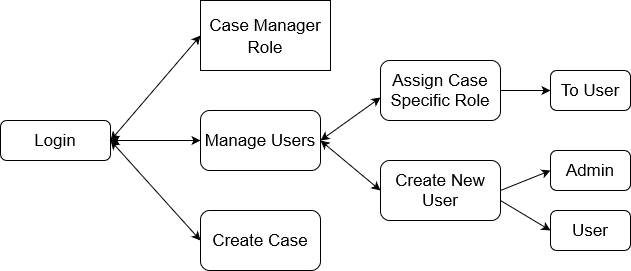
This is Platform_roles_diagrams/AdminPlatformRole.drawio.png from prusovak2/SwProjectDiagrams, a draw.io export, as it was before one commit. Source tidied: cells renumbered, new cells last; positions are measured from the earlier drawing's top-left corner, leaving out a move shared by most shapes.
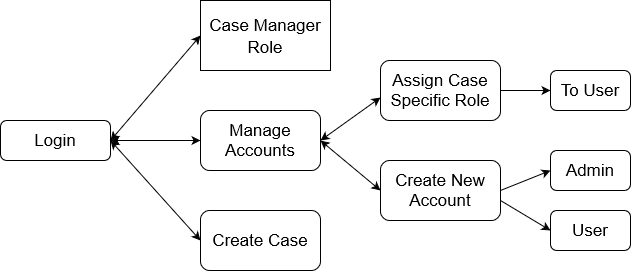
Later version of the same file.

Change to the diagram source:
```diff
@@ -14,7 +14,7 @@
     <mxCell id="5" value="&lt;font style=&quot;font-size: 17px&quot;&gt;Case Manager Role&lt;/font&gt;" style="rounded=0;whiteSpace=wrap;html=1;fontSize=19;" parent="4" vertex="1">
       <mxGeometry width="130" height="70" as="geometry" />
     </mxCell>
-    <mxCell id="6" value="Manage Users" style="rounded=1;whiteSpace=wrap;html=1;fontSize=17;strokeWidth=1;" parent="1" vertex="1">
+    <mxCell id="6" value="Manage Accounts" style="rounded=1;whiteSpace=wrap;html=1;fontSize=17;strokeWidth=1;" parent="1" vertex="1">
       <mxGeometry x="200" y="110" width="120" height="60" as="geometry" />
     </mxCell>
     <mxCell id="7" style="edgeStyle=orthogonalEdgeStyle;rounded=0;jettySize=auto;html=1;exitX=1;exitY=0.5;exitDx=0;exitDy=0;entryX=0;entryY=0.5;entryDx=0;entryDy=0;fontSize=17;" parent="1" edge="1" source="8" target="11">
@@ -23,7 +23,7 @@
     <mxCell id="8" value="Assign Case Specific Role" style="rounded=1;whiteSpace=wrap;html=1;fontSize=17;strokeWidth=1;" parent="1" vertex="1">
       <mxGeometry x="380" y="60" width="120" height="60" as="geometry" />
     </mxCell>
-    <mxCell id="9" value="Create New User" style="rounded=1;whiteSpace=wrap;html=1;fontSize=17;strokeWidth=1;" parent="1" vertex="1">
+    <mxCell id="9" value="Create New Account" style="rounded=1;whiteSpace=wrap;html=1;fontSize=17;strokeWidth=1;" parent="1" vertex="1">
       <mxGeometry x="380" y="160" width="120" height="60" as="geometry" />
     </mxCell>
     <mxCell id="10" value="Create Case" style="rounded=1;whiteSpace=wrap;html=1;fontSize=17;strokeWidth=1;" parent="1" vertex="1">
```
